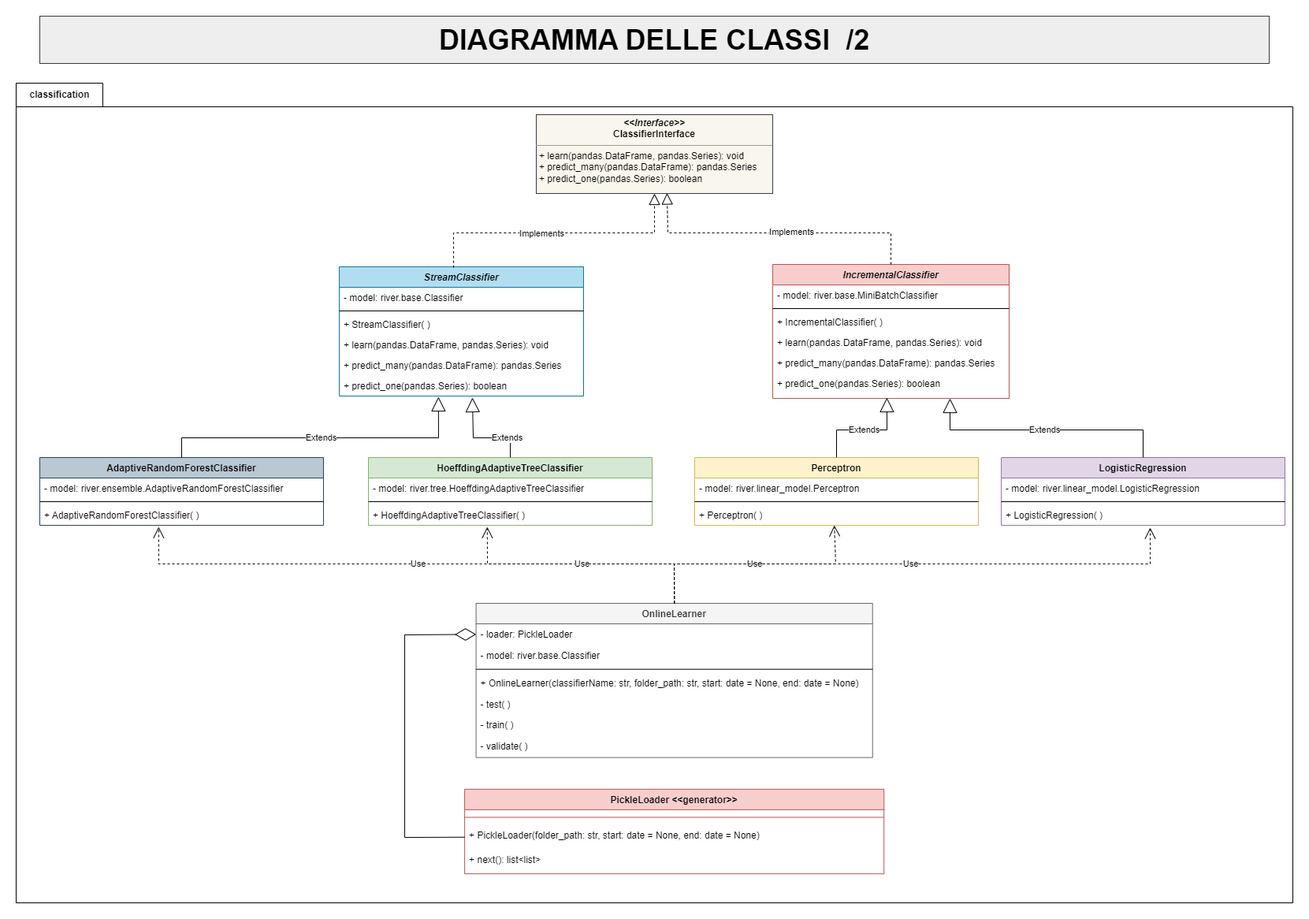
The draw.io diagram resources/Diagramma delle Classi 2.drawio.png in fralaw/rfm_stream_builder, before a commit. Source tidied: cells renumbered, new cells last; positions are measured from the earlier drawing's top-left corner, leaving out a move shared by most shapes.
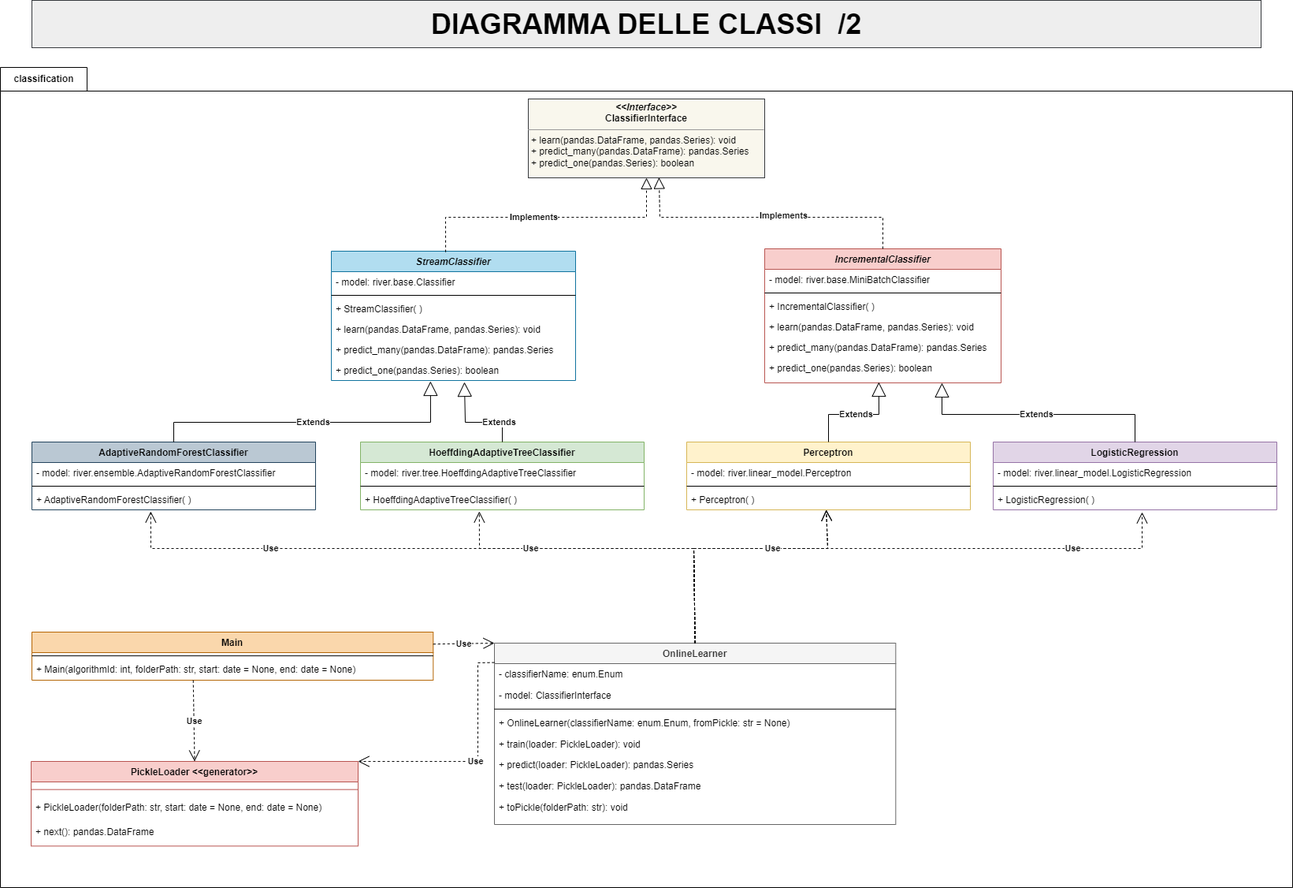
After the change.

Commit message:
Creato diagramma delle classi fase 2 ver. definitiva.

What changed in the source:
```diff
@@ -3,57 +3,75 @@
     <mxCell id="0" />
     <mxCell id="1" parent="0" />
     <mxCell id="2" value="classification" style="shape=folder;fontStyle=1;tabWidth=110;tabHeight=30;tabPosition=left;html=1;boundedLbl=1;labelInHeader=1;" parent="1" vertex="1">
-      <mxGeometry y="85" width="1620" height="1040" as="geometry" />
+      <mxGeometry x="-10" y="85" width="1640" height="1040" as="geometry" />
     </mxCell>
     <mxCell id="3" style="html=1;strokeColor=none;fillColor=none;" parent="2" vertex="1">
-      <mxGeometry width="1620" height="1009.11" relative="1" as="geometry">
+      <mxGeometry width="1640" height="1009.11" relative="1" as="geometry">
         <mxPoint y="30" as="offset" />
       </mxGeometry>
     </mxCell>
+    <mxCell id="8" value="OnlineLearner" style="swimlane;fontStyle=1;align=center;verticalAlign=top;horizontal=1;startSize=26;rounded=0;shadow=0;strokeWidth=1;fillColor=#f5f5f5;strokeColor=#666666;fontColor=#333333;" parent="2" vertex="1">
+      <mxGeometry x="627" y="730" width="509.3" height="230" as="geometry" />
+    </mxCell>
+    <mxCell id="61" value="- classifierName: enum.Enum" style="text;align=left;verticalAlign=top;spacingLeft=4;spacingRight=4;overflow=hidden;" parent="8" vertex="1">
+      <mxGeometry y="26" width="509.3" height="26.8" as="geometry" />
+    </mxCell>
+    <mxCell id="10" value="- model: ClassifierInterface" style="text;align=left;verticalAlign=top;spacingLeft=4;spacingRight=4;overflow=hidden;" parent="8" vertex="1">
+      <mxGeometry y="52.8" width="509.3" height="26.8" as="geometry" />
+    </mxCell>
+    <mxCell id="11" style="line;html=1;strokeWidth=1;align=left;verticalAlign=middle;spacingTop=-1;spacingLeft=3;spacingRight=3;labelPosition=right;" parent="8" vertex="1">
+      <mxGeometry y="79.5" width="509.3" height="8.2" as="geometry" />
+    </mxCell>
+    <mxCell id="12" value="+ OnlineLearner(classifierName: enum.Enum, fromPickle: str = None) " style="text;align=left;verticalAlign=top;spacingLeft=4;spacingRight=4;overflow=hidden;" parent="8" vertex="1">
+      <mxGeometry y="87.8" width="509.3" height="26.8" as="geometry" />
+    </mxCell>
+    <mxCell id="14" value="+ train(loader: PickleLoader): void" style="text;align=left;verticalAlign=top;spacingLeft=4;spacingRight=4;overflow=hidden;" parent="8" vertex="1">
+      <mxGeometry y="114.6" width="509.3" height="26.8" as="geometry" />
+    </mxCell>
+    <mxCell id="13" value="+ predict(loader: PickleLoader): pandas.Series" style="text;align=left;verticalAlign=top;spacingLeft=4;spacingRight=4;overflow=hidden;" parent="8" vertex="1">
+      <mxGeometry y="141.3" width="509.3" height="26.8" as="geometry" />
+    </mxCell>
+    <mxCell id="15" value="+ test(loader: PickleLoader): pandas.DataFrame" style="text;align=left;verticalAlign=top;spacingLeft=4;spacingRight=4;overflow=hidden;" parent="8" vertex="1">
+      <mxGeometry y="168.1" width="509.3" height="26.8" as="geometry" />
+    </mxCell>
+    <mxCell id="62" value="+ toPickle(folderPath: str): void" style="text;align=left;verticalAlign=top;spacingLeft=4;spacingRight=4;overflow=hidden;" parent="8" vertex="1">
+      <mxGeometry y="194.9" width="509.3" height="26.8" as="geometry" />
+    </mxCell>
+    <mxCell id="63" value="Main" style="swimlane;fontStyle=1;align=center;verticalAlign=top;horizontal=1;startSize=26;rounded=0;shadow=0;strokeWidth=1;fillColor=#fad7ac;strokeColor=#b46504;" parent="2" vertex="1">
+      <mxGeometry x="40" y="716" width="509.3" height="61" as="geometry" />
+    </mxCell>
+    <mxCell id="64" style="line;html=1;strokeWidth=1;align=left;verticalAlign=middle;spacingTop=-1;spacingLeft=3;spacingRight=3;labelPosition=right;" parent="63" vertex="1">
+      <mxGeometry y="26" width="509.3" height="8.2" as="geometry" />
+    </mxCell>
+    <mxCell id="65" value="+ Main(algorithmId: int, folderPath: str, start: date = None, end: date = None) " style="text;align=left;verticalAlign=top;spacingLeft=4;spacingRight=4;overflow=hidden;points=[[0,0.5],[1,0.5]];portConstraint=eastwest;" parent="63" vertex="1">
+      <mxGeometry y="34.2" width="509.3" height="26.8" as="geometry" />
+    </mxCell>
+    <mxCell id="66" value="&lt;b&gt;Use&lt;/b&gt;" style="endArrow=open;endSize=12;dashed=1;html=1;rounded=0;entryX=1;entryY=0;entryDx=0;entryDy=0;exitX=0;exitY=0.107;exitDx=0;exitDy=0;exitPerimeter=0;" parent="2" edge="1" source="8" target="4">
+      <mxGeometry relative="1" as="geometry">
+        <Array as="points">
+          <mxPoint x="606" y="755" />
+          <mxPoint x="606" y="880" />
+        </Array>
+      </mxGeometry>
+    </mxCell>
+    <mxCell id="67" value="&lt;b&gt;Use&lt;/b&gt;" style="endArrow=open;endSize=12;dashed=1;html=1;rounded=0;entryX=0.5;entryY=0;entryDx=0;entryDy=0;exitX=0.402;exitY=1.006;exitDx=0;exitDy=0;exitPerimeter=0;" parent="2" edge="1" source="65" target="4">
+      <mxGeometry relative="1" as="geometry" />
+    </mxCell>
+    <mxCell id="68" value="&lt;b&gt;Use&lt;/b&gt;" style="endArrow=open;endSize=12;dashed=1;html=1;rounded=0;exitX=1;exitY=0.25;exitDx=0;exitDy=0;entryX=0;entryY=0;entryDx=0;entryDy=0;" parent="2" edge="1" source="63" target="8">
+      <mxGeometry relative="1" as="geometry" />
+    </mxCell>
     <mxCell id="4" value="PickleLoader &lt;&lt;generator&gt;&gt;" style="swimlane;fontStyle=1;align=center;verticalAlign=top;horizontal=1;startSize=26;fillColor=#f8cecc;strokeColor=#b85450;" parent="2" vertex="1">
-      <mxGeometry x="569.1" y="895.8" width="532.1" height="107.3" as="geometry" />
+      <mxGeometry x="39" y="880" width="415" height="107.3" as="geometry" />
     </mxCell>
     <mxCell id="5" style="line;strokeWidth=1;fillColor=none;align=left;verticalAlign=middle;spacingTop=-1;spacingLeft=3;spacingRight=3;labelPosition=right;strokeColor=inherit;" parent="4" vertex="1">
-      <mxGeometry y="26" width="532.1" height="19.3" as="geometry" />
+      <mxGeometry y="26" width="415" height="19.3" as="geometry" />
     </mxCell>
-    <mxCell id="6" value="+ PickleLoader(folder_path: str, start: date = None, end: date = None)" style="text;strokeColor=none;fillColor=none;align=left;verticalAlign=top;spacingLeft=4;spacingRight=4;overflow=hidden;points=[[0,0.5],[1,0.5]];portConstraint=eastwest;" parent="4" vertex="1">
-      <mxGeometry y="45.3" width="532.1" height="31.1" as="geometry" />
+    <mxCell id="6" value="+ PickleLoader(folderPath: str, start: date = None, end: date = None)" style="text;strokeColor=none;fillColor=none;align=left;verticalAlign=top;spacingLeft=4;spacingRight=4;overflow=hidden;points=[[0,0.5],[1,0.5]];portConstraint=eastwest;" parent="4" vertex="1">
+      <mxGeometry y="45.3" width="415" height="31.1" as="geometry" />
     </mxCell>
-    <mxCell id="7" value="+ next(): list&lt;list&gt;" style="text;strokeColor=none;fillColor=none;align=left;verticalAlign=top;spacingLeft=4;spacingRight=4;overflow=hidden;" parent="4" vertex="1">
-      <mxGeometry y="76.5" width="532.1" height="30.9" as="geometry" />
+    <mxCell id="7" value="+ next(): pandas.DataFrame" style="text;strokeColor=none;fillColor=none;align=left;verticalAlign=top;spacingLeft=4;spacingRight=4;overflow=hidden;" parent="4" vertex="1">
+      <mxGeometry y="76.5" width="415" height="30.9" as="geometry" />
     </mxCell>
-    <mxCell id="8" value="OnlineLearner" style="swimlane;fontStyle=1;align=center;verticalAlign=top;horizontal=1;startSize=26;rounded=0;shadow=0;strokeWidth=1;fillColor=#f5f5f5;strokeColor=#666666;fontColor=#333333;" parent="2" vertex="1">
-      <mxGeometry x="583.6" y="660" width="503.1" height="195.6" as="geometry" />
-    </mxCell>
-    <mxCell id="9" value="- loader: PickleLoader" style="text;align=left;verticalAlign=top;spacingLeft=4;spacingRight=4;overflow=hidden;points=[[0,0.5],[1,0.5]];portConstraint=eastwest;" parent="8" vertex="1">
-      <mxGeometry y="26" width="503.1" height="26.8" as="geometry" />
-    </mxCell>
-    <mxCell id="10" value="- model: river.base.Classifier" style="text;align=left;verticalAlign=top;spacingLeft=4;spacingRight=4;overflow=hidden;" parent="8" vertex="1">
-      <mxGeometry y="52.8" width="503.1" height="26.8" as="geometry" />
-    </mxCell>
-    <mxCell id="11" style="line;html=1;strokeWidth=1;align=left;verticalAlign=middle;spacingTop=-1;spacingLeft=3;spacingRight=3;labelPosition=right;" parent="8" vertex="1">
-      <mxGeometry y="79.5" width="503.1" height="8.2" as="geometry" />
-    </mxCell>
-    <mxCell id="12" value="+ OnlineLearner(classifierName: str, folder_path: str, start: date = None, end: date = None) " style="text;align=left;verticalAlign=top;spacingLeft=4;spacingRight=4;overflow=hidden;" parent="8" vertex="1">
-      <mxGeometry y="87.8" width="503.1" height="26.8" as="geometry" />
-    </mxCell>
-    <mxCell id="13" value="- test( )" style="text;align=left;verticalAlign=top;spacingLeft=4;spacingRight=4;overflow=hidden;" parent="8" vertex="1">
-      <mxGeometry y="114.6" width="503.1" height="26.8" as="geometry" />
-    </mxCell>
-    <mxCell id="14" value="- train( )" style="text;align=left;verticalAlign=top;spacingLeft=4;spacingRight=4;overflow=hidden;" parent="8" vertex="1">
-      <mxGeometry y="141.3" width="503.1" height="26.8" as="geometry" />
-    </mxCell>
-    <mxCell id="15" value="- validate( )" style="text;align=left;verticalAlign=top;spacingLeft=4;spacingRight=4;overflow=hidden;" parent="8" vertex="1">
-      <mxGeometry y="168.1" width="503.1" height="26.8" as="geometry" />
-    </mxCell>
-    <mxCell id="16" style="endArrow=diamondThin;endFill=0;endSize=24;html=1;rounded=0;entryX=0;entryY=0.5;entryDx=0;entryDy=0;exitX=0;exitY=0.5;exitDx=0;exitDy=0;" parent="2" edge="1" source="6" target="9">
-      <mxGeometry relative="1" as="geometry">
-        <Array as="points">
-          <mxPoint x="493" y="957" />
-          <mxPoint x="493" y="700" />
-        </Array>
-      </mxGeometry>
-    </mxCell>
     <mxCell id="17" value="StreamClassifier" style="swimlane;fontStyle=3;align=center;verticalAlign=top;horizontal=1;startSize=26;rounded=0;shadow=0;strokeWidth=1;fillColor=#b1ddf0;strokeColor=#10739e;" parent="1" vertex="1">
       <mxGeometry x="410" y="318" width="310" height="164" as="geometry" />
     </mxCell>
@@ -134,7 +152,7 @@
         </Array>
       </mxGeometry>
     </mxCell>
-    <mxCell id="42" value="Implements" style="edgeLabel;html=1;align=center;verticalAlign=middle;" parent="41" vertex="1">
+    <mxCell id="42" value="&lt;b&gt;Implements&lt;/b&gt;" style="edgeLabel;html=1;align=center;verticalAlign=middle;" parent="41" vertex="1">
       <mxGeometry x="-0.11" y="1" relative="1" as="geometry">
         <mxPoint y="1" as="offset" />
       </mxGeometry>
@@ -147,7 +165,7 @@
         </Array>
       </mxGeometry>
     </mxCell>
-    <mxCell id="44" value="Implements" style="edgeLabel;html=1;align=center;verticalAlign=middle;" parent="43" vertex="1">
+    <mxCell id="44" value="&lt;b&gt;Implements&lt;/b&gt;" style="edgeLabel;html=1;align=center;verticalAlign=middle;" parent="43" vertex="1">
       <mxGeometry x="-0.11" y="3" relative="1" as="geometry">
         <mxPoint y="-5" as="offset" />
       </mxGeometry>
@@ -176,39 +194,39 @@
     <mxCell id="52" value="+ LogisticRegression( )" style="text;align=left;verticalAlign=top;spacingLeft=4;spacingRight=4;overflow=hidden;points=[[0,0.5],[1,0.5]];portConstraint=eastwest;" parent="49" vertex="1">
       <mxGeometry y="60" width="360" height="26" as="geometry" />
     </mxCell>
-    <mxCell id="53" value="Use" style="endArrow=open;endSize=12;dashed=1;html=1;rounded=0;entryX=0.419;entryY=1.077;entryDx=0;entryDy=0;entryPerimeter=0;exitX=0.5;exitY=0;exitDx=0;exitDy=0;" parent="1" edge="1" source="8" target="27">
-      <mxGeometry relative="1" as="geometry">
+    <mxCell id="53" value="&lt;b&gt;Use&lt;/b&gt;" style="endArrow=open;endSize=12;dashed=1;html=1;rounded=0;entryX=0.419;entryY=1.077;entryDx=0;entryDy=0;entryPerimeter=0;exitX=0.5;exitY=0;exitDx=0;exitDy=0;" parent="1" edge="1" source="8" target="27">
+      <mxGeometry x="0.54" relative="1" as="geometry">
         <Array as="points">
-          <mxPoint x="835" y="695" />
+          <mxPoint x="870" y="695" />
           <mxPoint x="181" y="695" />
         </Array>
       </mxGeometry>
     </mxCell>
-    <mxCell id="54" value="Use" style="endArrow=open;endSize=12;dashed=1;html=1;rounded=0;entryX=0.419;entryY=1.077;entryDx=0;entryDy=0;entryPerimeter=0;exitX=0.5;exitY=0;exitDx=0;exitDy=0;" parent="1" edge="1" source="8" target="40">
-      <mxGeometry relative="1" as="geometry">
+    <mxCell id="54" value="&lt;b&gt;Use&lt;/b&gt;" style="endArrow=open;endSize=12;dashed=1;html=1;rounded=0;entryX=0.419;entryY=1.077;entryDx=0;entryDy=0;entryPerimeter=0;exitX=0.5;exitY=0;exitDx=0;exitDy=0;" parent="1" edge="1" source="8" target="40">
+      <mxGeometry x="0.49" relative="1" as="geometry">
         <Array as="points">
-          <mxPoint x="835" y="695" />
+          <mxPoint x="870" y="695" />
           <mxPoint x="598" y="695" />
         </Array>
       </mxGeometry>
     </mxCell>
+    <mxCell id="56" value="&lt;b&gt;Use&lt;/b&gt;" style="endArrow=open;endSize=12;dashed=1;html=1;rounded=0;entryX=0.525;entryY=1.115;entryDx=0;entryDy=0;entryPerimeter=0;exitX=0.5;exitY=0;exitDx=0;exitDy=0;" parent="1" edge="1" source="8" target="52">
+      <mxGeometry x="0.63" relative="1" as="geometry">
+        <Array as="points">
+          <mxPoint x="870" y="695" />
+          <mxPoint x="1439" y="695" />
+        </Array>
+      </mxGeometry>
+    </mxCell>
     <mxCell id="55" value="Use" style="endArrow=open;endSize=12;dashed=1;html=1;rounded=0;entryX=0.492;entryY=1;entryDx=0;entryDy=0;entryPerimeter=0;exitX=0.5;exitY=0;exitDx=0;exitDy=0;" parent="1" edge="1" source="8" target="48">
-      <mxGeometry relative="1" as="geometry">
+      <mxGeometry x="0.3" relative="1" as="geometry">
         <Array as="points">
-          <mxPoint x="835" y="695" />
+          <mxPoint x="870" y="695" />
           <mxPoint x="1040" y="695" />
         </Array>
       </mxGeometry>
     </mxCell>
-    <mxCell id="56" value="Use" style="endArrow=open;endSize=12;dashed=1;html=1;rounded=0;entryX=0.525;entryY=1.115;entryDx=0;entryDy=0;entryPerimeter=0;exitX=0.5;exitY=0;exitDx=0;exitDy=0;" parent="1" edge="1" source="8" target="52">
-      <mxGeometry relative="1" as="geometry">
-        <Array as="points">
-          <mxPoint x="835" y="695" />
-          <mxPoint x="1439" y="695" />
-        </Array>
-      </mxGeometry>
-    </mxCell>
-    <mxCell id="57" value="Extends" style="endArrow=block;endSize=16;endFill=0;html=1;rounded=0;exitX=0.5;exitY=0;exitDx=0;exitDy=0;entryX=0.483;entryY=1.192;entryDx=0;entryDy=0;entryPerimeter=0;" parent="1" edge="1" source="45" target="36">
+    <mxCell id="57" value="&lt;b&gt;Extends&lt;/b&gt;" style="endArrow=block;endSize=16;endFill=0;html=1;rounded=0;exitX=0.5;exitY=0;exitDx=0;exitDy=0;entryX=0.483;entryY=1.192;entryDx=0;entryDy=0;entryPerimeter=0;" parent="1" edge="1" source="45" target="36">
       <mxGeometry relative="1" as="geometry">
         <Array as="points">
           <mxPoint x="1041" y="525" />
@@ -216,7 +234,7 @@
         </Array>
       </mxGeometry>
     </mxCell>
-    <mxCell id="58" value="Extends" style="endArrow=block;endSize=16;endFill=0;html=1;rounded=0;exitX=0.5;exitY=0;exitDx=0;exitDy=0;entryX=0.406;entryY=1.038;entryDx=0;entryDy=0;entryPerimeter=0;" parent="1" edge="1" source="24" target="23">
+    <mxCell id="58" value="&lt;b&gt;Extends&lt;/b&gt;" style="endArrow=block;endSize=16;endFill=0;html=1;rounded=0;exitX=0.5;exitY=0;exitDx=0;exitDy=0;entryX=0.406;entryY=1.038;entryDx=0;entryDy=0;entryPerimeter=0;" parent="1" edge="1" source="24" target="23">
       <mxGeometry relative="1" as="geometry">
         <Array as="points">
           <mxPoint x="210" y="535" />
@@ -224,7 +242,7 @@
         </Array>
       </mxGeometry>
     </mxCell>
-    <mxCell id="59" value="Extends" style="endArrow=block;endSize=16;endFill=0;html=1;rounded=0;exitX=0.5;exitY=0;exitDx=0;exitDy=0;entryX=0.545;entryY=1.077;entryDx=0;entryDy=0;entryPerimeter=0;" parent="1" edge="1" source="37" target="23">
+    <mxCell id="59" value="&lt;b&gt;Extends&lt;/b&gt;" style="endArrow=block;endSize=16;endFill=0;html=1;rounded=0;exitX=0.5;exitY=0;exitDx=0;exitDy=0;entryX=0.545;entryY=1.077;entryDx=0;entryDy=0;entryPerimeter=0;" parent="1" edge="1" source="37" target="23">
       <mxGeometry x="-0.53" relative="1" as="geometry">
         <Array as="points">
           <mxPoint x="627" y="535" />
@@ -232,7 +250,7 @@
         </Array>
       </mxGeometry>
     </mxCell>
-    <mxCell id="60" value="Extends" style="endArrow=block;endSize=16;endFill=0;html=1;rounded=0;exitX=0.5;exitY=0;exitDx=0;exitDy=0;entryX=0.75;entryY=1;entryDx=0;entryDy=0;" parent="1" edge="1" source="49" target="30">
+    <mxCell id="60" value="&lt;b&gt;Extends&lt;/b&gt;" style="endArrow=block;endSize=16;endFill=0;html=1;rounded=0;exitX=0.5;exitY=0;exitDx=0;exitDy=0;entryX=0.75;entryY=1;entryDx=0;entryDy=0;" parent="1" edge="1" source="49" target="30">
       <mxGeometry relative="1" as="geometry">
         <Array as="points">
           <mxPoint x="1430" y="525" />
@@ -240,5 +258,13 @@
         </Array>
       </mxGeometry>
     </mxCell>
+    <mxCell id="69" value="&lt;b&gt;Use&lt;/b&gt;" style="endArrow=open;endSize=12;dashed=1;html=1;rounded=0;entryX=0.492;entryY=1;entryDx=0;entryDy=0;entryPerimeter=0;exitX=0.5;exitY=0;exitDx=0;exitDy=0;" parent="1" edge="1" source="8" target="48">
+      <mxGeometry x="0.3" relative="1" as="geometry">
+        <Array as="points">
+          <mxPoint x="870" y="695" />
+          <mxPoint x="1040" y="695" />
+        </Array>
+      </mxGeometry>
+    </mxCell>
   </root>
 </mxGraphModel>
```
